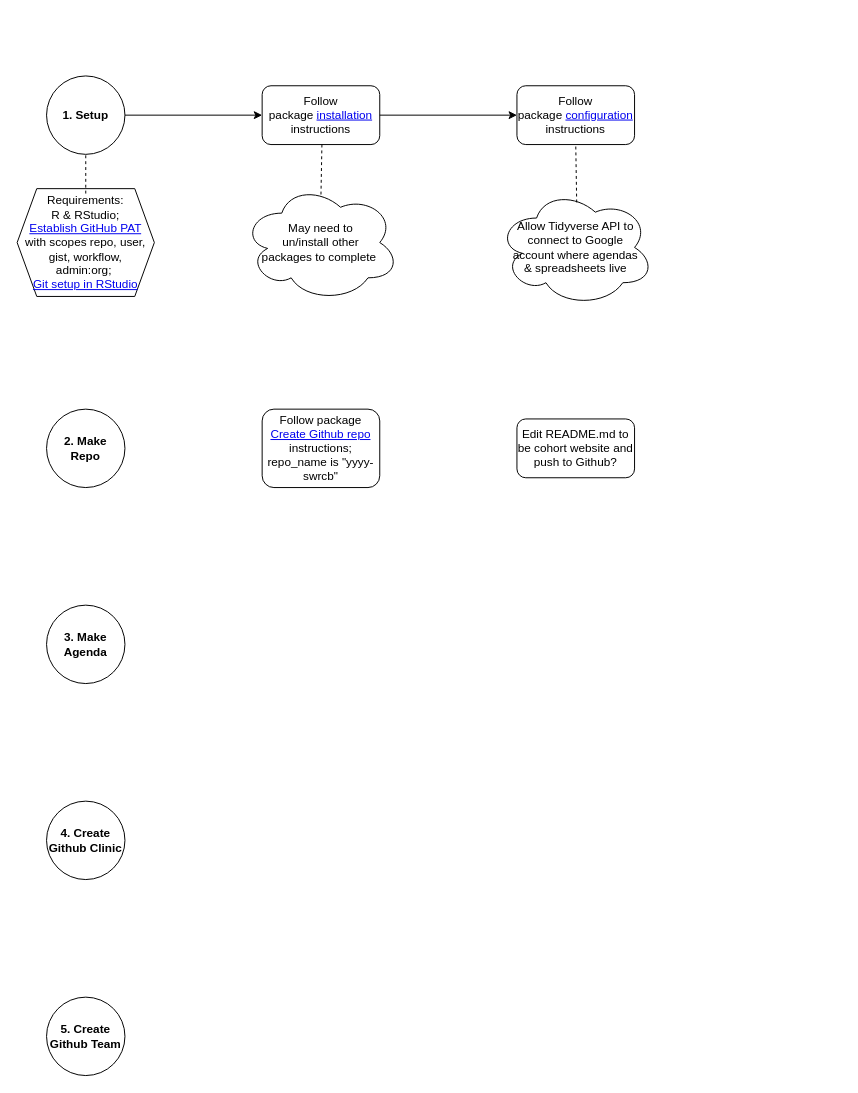
CAWaterBoardDataCenter/swrcb-openscapes keeps this draw.io diagram as images/KyberFlow.drawio. Above is the earlier version. Source tidied: cells renumbered, new cells numbered last; positions are measured from the earlier drawing's top-left corner, leaving out a move shared by most shapes. Both pictures are drawn from the tidied source at 98%, with x=0, y=0 at pixel (17, 75).
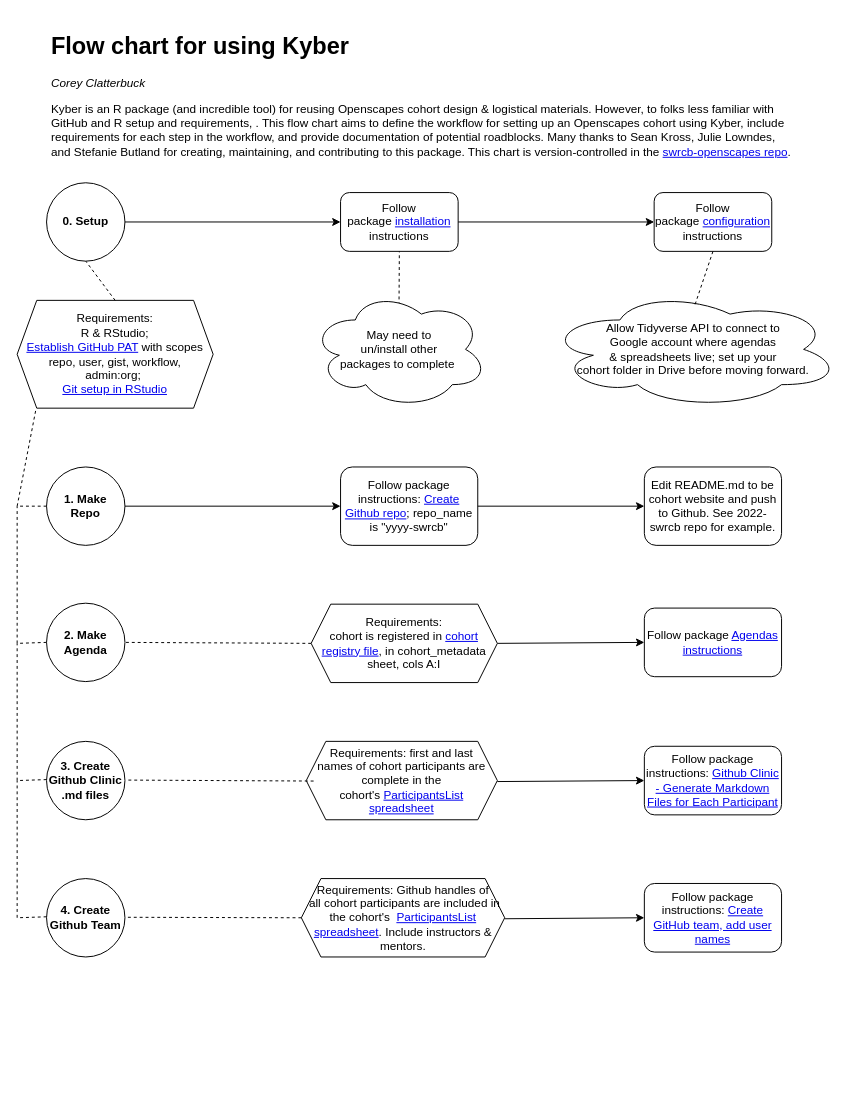
Above is the later version.

Commit message:
init commit of detailed workflow & intro

Change to the diagram source:
```diff
@@
     <mxCell id="2" value="Requirements:&lt;br&gt;R &amp;amp; RStudio; &lt;br&gt;&lt;a href=&quot;https://happygitwithr.com/https-pat.html&quot;&gt;Establish GitHub PAT&lt;/a&gt; with scopes repo, user, gist, workflow, &lt;br&gt;admin:org;&amp;nbsp;&lt;br&gt;&lt;a href=&quot;https://happygitwithr.com/connect-intro.html&quot;&gt;Git setup in RStudio&lt;/a&gt;" style="shape=hexagon;perimeter=hexagonPerimeter2;whiteSpace=wrap;html=1;fixedSize=1;" parent="1" vertex="1">
-      <mxGeometry y="115" width="140" height="110" as="geometry" />
+      <mxGeometry y="229" width="200" height="110" as="geometry" />
     </mxCell>
-    <mxCell id="3" value="&lt;b&gt;1. Setup&lt;/b&gt;" style="ellipse;whiteSpace=wrap;html=1;" parent="1" vertex="1">
-      <mxGeometry x="30" width="80" height="80" as="geometry" />
+    <mxCell id="3" value="&lt;b&gt;0. Setup&lt;/b&gt;" style="ellipse;whiteSpace=wrap;html=1;" parent="1" vertex="1">
+      <mxGeometry x="30" y="109" width="80" height="80" as="geometry" />
     </mxCell>
     <mxCell id="4" value="Follow package&amp;nbsp;&lt;a href=&quot;https://github.com/openscapes/kyber#installation&quot;&gt;installation&lt;/a&gt; instructions" style="rounded=1;whiteSpace=wrap;html=1;" parent="1" vertex="1">
-      <mxGeometry x="250" y="10" width="120" height="60" as="geometry" />
+      <mxGeometry x="330" y="119" width="120" height="60" as="geometry" />
     </mxCell>
-    <mxCell id="5" style="endArrow=none;dashed=1;html=1;rounded=0;" parent="1" edge="1">
-      <mxGeometry relative="1" as="geometry">
-        <mxPoint x="70" y="120" as="sourcePoint" />
-        <mxPoint x="70" y="80" as="targetPoint" />
-      </mxGeometry>
+    <mxCell id="5" style="endArrow=none;dashed=1;html=1;rounded=0;exitX=0.5;exitY=0;exitDx=0;exitDy=0;entryX=0.5;entryY=1;entryDx=0;entryDy=0;" parent="1" edge="1" source="2" target="3">
+      <mxGeometry relative="1" as="geometry" />
     </mxCell>
-    <mxCell id="6" style="endArrow=none;dashed=1;html=1;rounded=0;entryX=0.5;entryY=1;entryDx=0;entryDy=0;exitX=0.493;exitY=0.1;exitDx=0;exitDy=0;exitPerimeter=0;" parent="1" edge="1">
+    <mxCell id="6" style="endArrow=none;dashed=1;html=1;rounded=0;entryX=0.5;entryY=1;entryDx=0;entryDy=0;exitX=0.493;exitY=0.1;exitDx=0;exitDy=0;exitPerimeter=0;" parent="1" edge="1" target="4">
       <mxGeometry relative="1" as="geometry">
-        <mxPoint x="309.9" y="127" as="sourcePoint" />
-        <mxPoint x="311" y="70" as="targetPoint" />
+        <mxPoint x="389.4" y="276" as="sourcePoint" />
       </mxGeometry>
     </mxCell>
@@
     <mxCell id="8" value="Follow package&amp;nbsp;&lt;a href=&quot;https://github.com/openscapes/kyber#configuration&quot;&gt;configuration&lt;/a&gt; instructions" style="rounded=1;whiteSpace=wrap;html=1;" parent="1" vertex="1">
-      <mxGeometry x="510" y="10" width="120" height="60" as="geometry" />
+      <mxGeometry x="650" y="119" width="120" height="60" as="geometry" />
     </mxCell>
@@
     <mxCell id="10" value="May need to&lt;br&gt;un/install other&lt;br&gt;packages to complete&amp;nbsp;" style="ellipse;shape=cloud;whiteSpace=wrap;html=1;" parent="1" vertex="1">
-      <mxGeometry x="230" y="110" width="160" height="120" as="geometry" />
+      <mxGeometry x="300" y="219" width="180" height="120" as="geometry" />
     </mxCell>
-    <mxCell id="11" value="Allow Tidyverse API to connect to Google &lt;br&gt;account where agendas&lt;br&gt;&amp;amp; spreadsheets live" style="ellipse;shape=cloud;whiteSpace=wrap;html=1;" parent="1" vertex="1">
-      <mxGeometry x="490" y="115" width="160" height="120" as="geometry" />
+    <mxCell id="11" value="Allow Tidyverse API to connect to&lt;br&gt;Google account where agendas&lt;br&gt;&amp;amp; spreadsheets live; set up your&lt;br&gt;cohort folder in Drive before moving&amp;nbsp;forward." style="ellipse;shape=cloud;whiteSpace=wrap;html=1;" parent="1" vertex="1">
+      <mxGeometry x="540" y="219" width="300" height="120" as="geometry" />
     </mxCell>
@@
-    <mxCell id="13" value="2. Make&lt;br&gt;Repo" style="ellipse;whiteSpace=wrap;html=1;fontStyle=1;" parent="1" vertex="1">
-      <mxGeometry x="30" y="340" width="80" height="80" as="geometry" />
+    <mxCell id="13" value="1. Make&lt;br&gt;Repo" style="ellipse;whiteSpace=wrap;html=1;fontStyle=1;" parent="1" vertex="1">
+      <mxGeometry x="30" y="399" width="80" height="80" as="geometry" />
     </mxCell>
-    <mxCell id="14" value="Follow package &lt;a href=&quot;https://github.com/openscapes/kyber#create-github-repo&quot;&gt;Create Github repo&lt;/a&gt; instructions; repo_name is &quot;yyyy-swrcb&quot;" style="rounded=1;whiteSpace=wrap;html=1;" parent="1" vertex="1">
-      <mxGeometry x="250" y="340" width="120" height="80" as="geometry" />
+    <mxCell id="14" value="Follow package instructions:&amp;nbsp;&lt;a href=&quot;https://github.com/openscapes/kyber#create-github-repo&quot;&gt;Create Github repo&lt;/a&gt;; repo_name is &quot;yyyy-swrcb&quot;" style="rounded=1;whiteSpace=wrap;html=1;" parent="1" vertex="1">
+      <mxGeometry x="330" y="399" width="140" height="80" as="geometry" />
     </mxCell>
-    <mxCell id="15" value="Edit README.md to be cohort website and push to Github?" style="rounded=1;whiteSpace=wrap;html=1;" parent="1" vertex="1">
-      <mxGeometry x="510" y="350" width="120" height="60" as="geometry" />
+    <mxCell id="15" value="Edit README.md to be cohort website and push to Github. See 2022-swrcb repo for example." style="rounded=1;whiteSpace=wrap;html=1;" parent="1" vertex="1">
+      <mxGeometry x="640" y="399" width="140" height="80" as="geometry" />
     </mxCell>
-    <mxCell id="16" value="3. Make&lt;br&gt;Agenda" style="ellipse;whiteSpace=wrap;html=1;fontStyle=1;" parent="1" vertex="1">
-      <mxGeometry x="30" y="540" width="80" height="80" as="geometry" />
+    <mxCell id="16" value="2. Make&lt;br&gt;Agenda" style="ellipse;whiteSpace=wrap;html=1;fontStyle=1;" parent="1" vertex="1">
+      <mxGeometry x="30" y="538" width="80" height="80" as="geometry" />
     </mxCell>
-    <mxCell id="17" value="4. Create Github Clinic" style="ellipse;whiteSpace=wrap;html=1;fontStyle=1;" parent="1" vertex="1">
-      <mxGeometry x="30" y="740" width="80" height="80" as="geometry" />
+    <mxCell id="17" value="3. Create Github Clinic .md files" style="ellipse;whiteSpace=wrap;html=1;fontStyle=1;" parent="1" vertex="1">
+      <mxGeometry x="30" y="679" width="80" height="80" as="geometry" />
     </mxCell>
-    <mxCell id="18" value="5. Create Github Team" style="ellipse;whiteSpace=wrap;html=1;fontStyle=1;" parent="1" vertex="1">
-      <mxGeometry x="30" y="940" width="80" height="80" as="geometry" />
+    <mxCell id="18" value="4. Create Github Team" style="ellipse;whiteSpace=wrap;html=1;fontStyle=1;" parent="1" vertex="1">
+      <mxGeometry x="30" y="819" width="80" height="80" as="geometry" />
     </mxCell>
+    <mxCell id="19" style="endArrow=classic;html=1;rounded=0;entryX=0;entryY=0.5;entryDx=0;entryDy=0;exitX=1;exitY=0.5;exitDx=0;exitDy=0;" parent="1" edge="1" source="13" target="14">
+      <mxGeometry relative="1" as="geometry" />
+    </mxCell>
+    <mxCell id="20" style="endArrow=classic;html=1;rounded=0;entryX=0;entryY=0.5;entryDx=0;entryDy=0;exitX=1;exitY=0.5;exitDx=0;exitDy=0;" parent="1" edge="1" source="14" target="15">
+      <mxGeometry relative="1" as="geometry" />
+    </mxCell>
+    <mxCell id="21" style="endArrow=classic;html=1;rounded=0;entryX=0;entryY=0.5;entryDx=0;entryDy=0;exitX=1;exitY=0.5;exitDx=0;exitDy=0;" parent="1" edge="1" source="22" target="24">
+      <mxGeometry relative="1" as="geometry" />
+    </mxCell>
+    <mxCell id="22" value="Requirements: &lt;br&gt;cohort is registered in &lt;a href=&quot;https://docs.google.com/spreadsheets/d/1Ys9KiTXXmZ_laBoCV2QWEm7AcnGSVQaXvm2xpi4XTSc/edit#gid=695033382&quot;&gt;cohort registry file&lt;/a&gt;, in cohort_metadata sheet, cols A:I" style="shape=hexagon;perimeter=hexagonPerimeter2;whiteSpace=wrap;html=1;fixedSize=1;" parent="1" vertex="1">
+      <mxGeometry x="300" y="539" width="190" height="80" as="geometry" />
+    </mxCell>
+    <mxCell id="23" style="endArrow=none;dashed=1;html=1;rounded=0;entryX=1;entryY=0.5;entryDx=0;entryDy=0;exitX=0;exitY=0.5;exitDx=0;exitDy=0;" parent="1" edge="1" source="22" target="16">
+      <mxGeometry relative="1" as="geometry" />
+    </mxCell>
+    <mxCell id="24" value="Follow package &lt;a href=&quot;https://github.com/Openscapes/kyber#agendas&quot;&gt;Agendas instructions&lt;/a&gt;" style="rounded=1;whiteSpace=wrap;html=1;" parent="1" vertex="1">
+      <mxGeometry x="640" y="543" width="140" height="70" as="geometry" />
+    </mxCell>
+    <mxCell id="25" value="&lt;span style=&quot;font-weight: normal;&quot;&gt;Requirements: first and last &lt;br&gt;names of cohort participants are complete in the cohort's&amp;nbsp;&lt;a href=&quot;https://docs.google.com/spreadsheets/d/1bN80xSd0dkGEKpdAb0s8OmL_8aAF_wzR04DA1h8uZCY/edit#gid=0&quot;&gt;ParticipantsList spreadsheet&lt;/a&gt;&lt;/span&gt;" style="shape=hexagon;perimeter=hexagonPerimeter2;whiteSpace=wrap;html=1;fixedSize=1;fontStyle=1;" parent="1" vertex="1">
+      <mxGeometry x="295" y="679" width="195" height="80" as="geometry" />
+    </mxCell>
+    <mxCell id="26" value="&lt;span style=&quot;font-weight: normal;&quot;&gt;Requirements: Github handles of&lt;br&gt;&amp;nbsp;all cohort participants are included in the cohort's&amp;nbsp;&amp;nbsp;&lt;a href=&quot;https://docs.google.com/spreadsheets/d/1bN80xSd0dkGEKpdAb0s8OmL_8aAF_wzR04DA1h8uZCY/edit#gid=0&quot;&gt;ParticipantsList spreadsheet&lt;/a&gt;. Include instructors &amp;amp; mentors.&lt;/span&gt;" style="shape=hexagon;perimeter=hexagonPerimeter2;whiteSpace=wrap;html=1;fixedSize=1;fontStyle=1;" parent="1" vertex="1">
+      <mxGeometry x="290" y="819" width="207.5" height="80" as="geometry" />
+    </mxCell>
+    <mxCell id="27" style="endArrow=none;dashed=1;html=1;rounded=0;exitX=0;exitY=0.5;exitDx=0;exitDy=0;" parent="1" edge="1" source="16">
+      <mxGeometry relative="1" as="geometry">
+        <mxPoint y="439" as="targetPoint" />
+        <Array as="points">
+          <mxPoint y="579" />
+        </Array>
+      </mxGeometry>
+    </mxCell>
+    <mxCell id="28" style="endArrow=none;dashed=1;html=1;rounded=0;exitX=0;exitY=0.5;exitDx=0;exitDy=0;entryX=0.095;entryY=1.018;entryDx=0;entryDy=0;entryPerimeter=0;" parent="1" edge="1" source="13" target="2">
+      <mxGeometry relative="1" as="geometry">
+        <Array as="points">
+          <mxPoint y="439" />
+        </Array>
+      </mxGeometry>
+    </mxCell>
+    <mxCell id="29" style="endArrow=none;dashed=1;html=1;rounded=0;exitX=0;exitY=0.5;exitDx=0;exitDy=0;" parent="1" edge="1">
+      <mxGeometry relative="1" as="geometry">
+        <mxPoint x="30" y="718" as="sourcePoint" />
+        <mxPoint y="579" as="targetPoint" />
+        <Array as="points">
+          <mxPoint y="719" />
+        </Array>
+      </mxGeometry>
+    </mxCell>
+    <mxCell id="30" style="endArrow=none;dashed=1;html=1;rounded=0;exitX=0;exitY=0.5;exitDx=0;exitDy=0;" parent="1" edge="1">
+      <mxGeometry relative="1" as="geometry">
+        <mxPoint x="30" y="858" as="sourcePoint" />
+        <mxPoint y="719" as="targetPoint" />
+        <Array as="points">
+          <mxPoint y="859" />
+        </Array>
+      </mxGeometry>
+    </mxCell>
+    <mxCell id="31" style="endArrow=none;dashed=1;html=1;rounded=0;entryX=1;entryY=0.5;entryDx=0;entryDy=0;exitX=0;exitY=0.5;exitDx=0;exitDy=0;" parent="1" edge="1">
+      <mxGeometry relative="1" as="geometry">
+        <mxPoint x="302.5" y="719.5" as="sourcePoint" />
+        <mxPoint x="112.5" y="718.5" as="targetPoint" />
+      </mxGeometry>
+    </mxCell>
+    <mxCell id="32" style="endArrow=none;dashed=1;html=1;rounded=0;entryX=1;entryY=0.5;entryDx=0;entryDy=0;exitX=0;exitY=0.5;exitDx=0;exitDy=0;" parent="1" edge="1" source="26">
+      <mxGeometry relative="1" as="geometry">
+        <mxPoint x="112.5" y="858.5" as="targetPoint" />
+      </mxGeometry>
+    </mxCell>
+    <mxCell id="33" style="endArrow=classic;html=1;rounded=0;entryX=0;entryY=0.5;entryDx=0;entryDy=0;exitX=1;exitY=0.5;exitDx=0;exitDy=0;" parent="1" edge="1" target="34">
+      <mxGeometry relative="1" as="geometry">
+        <mxPoint x="490" y="720" as="sourcePoint" />
+      </mxGeometry>
+    </mxCell>
+    <mxCell id="34" value="Follow package instructions: &lt;a href=&quot;https://github.com/Openscapes/kyber#github-clinic---generate-markdown-files-for-each-participant&quot;&gt;Github Clinic - Generate Markdown Files for Each Participant&lt;/a&gt;" style="rounded=1;whiteSpace=wrap;html=1;" parent="1" vertex="1">
+      <mxGeometry x="640" y="684" width="140" height="70" as="geometry" />
+    </mxCell>
+    <mxCell id="35" style="endArrow=classic;html=1;rounded=0;exitX=1;exitY=0.5;exitDx=0;exitDy=0;entryX=0;entryY=0.5;entryDx=0;entryDy=0;" parent="1" edge="1" target="36">
+      <mxGeometry relative="1" as="geometry">
+        <mxPoint x="497.5" y="860" as="sourcePoint" />
+      </mxGeometry>
+    </mxCell>
+    <mxCell id="36" value="Follow package instructions: &lt;a href=&quot;https://github.com/Openscapes/kyber#create-github-team-add-usernames&quot;&gt;Create GitHub team, add user names&lt;/a&gt;" style="rounded=1;whiteSpace=wrap;html=1;" parent="1" vertex="1">
+      <mxGeometry x="640" y="824" width="140" height="70" as="geometry" />
+    </mxCell>
+    <mxCell id="37" value="&lt;h1&gt;Flow chart for using Kyber&lt;/h1&gt;&lt;p&gt;&lt;i&gt;Corey Clatterbuck&lt;/i&gt;&lt;/p&gt;&lt;p&gt;Kyber is an R package (and incredible tool) for reusing Openscapes cohort design &amp;amp; logistical materials. However, to folks less familiar with GitHub and R setup and requirements, . This flow chart aims to define the workflow for setting up an Openscapes cohort using Kyber, include requirements for each step in the workflow, and provide documentation of potential roadblocks. Many thanks to Sean Kross, Julie Lowndes, and Stefanie Butland for creating, maintaining, and contributing to this package. This chart is version-controlled in the &lt;a href=&quot;https://github.com/CAWaterBoardDataCenter/swrcb-openscapes&quot;&gt;swrcb-openscapes repo&lt;/a&gt;.&lt;/p&gt;" style="text;html=1;strokeColor=none;fillColor=none;spacing=5;spacingTop=-20;whiteSpace=wrap;overflow=hidden;rounded=0;" parent="1" vertex="1">
+      <mxGeometry x="30" y="-50" width="770" height="140" as="geometry" />
+    </mxCell>
```
